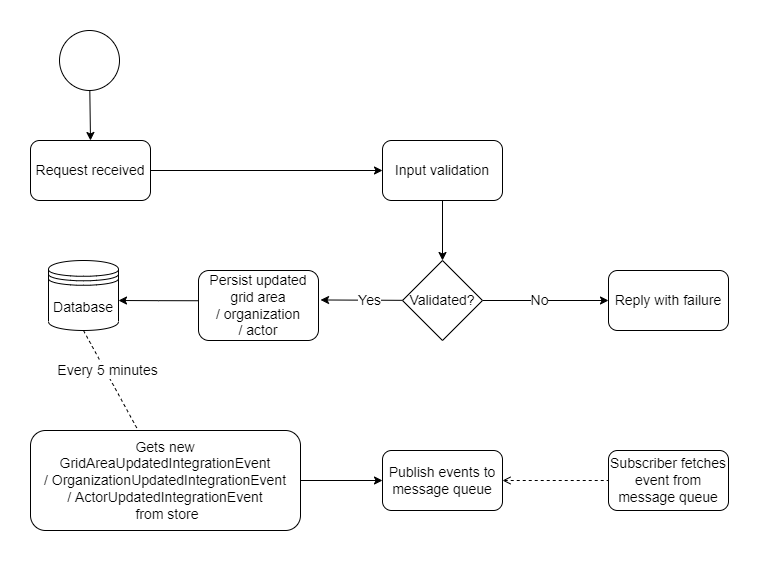
Energinet-DataHub/geh-market-participant keeps this draw.io diagram as docs/images/Actor_register-Integration Events Flow diagram.drawio.png. Above is the earlier version. Source tidied: cells renumbered, new cells last; positions are measured from the earlier drawing's top-left corner, leaving out a move shared by most shapes.
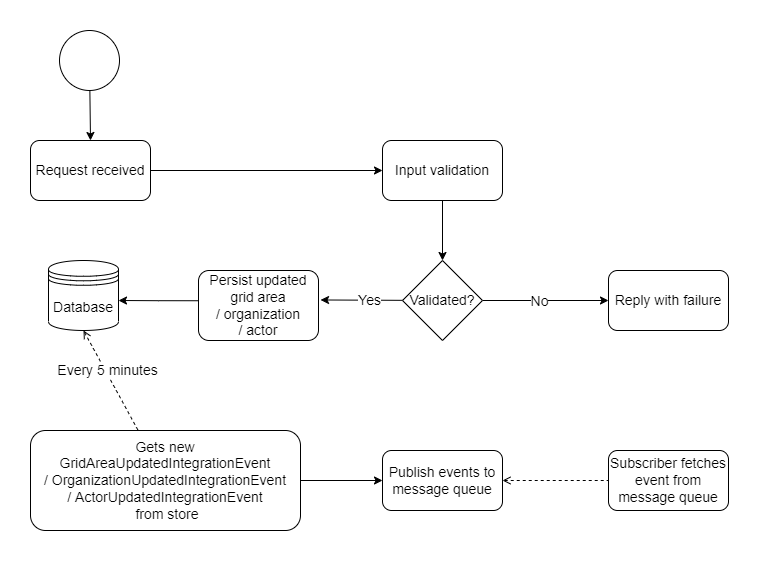
Above is the later version.

Commit message:
Update flow diagram

Diff of the diagram source:
```diff
@@ -37,7 +37,7 @@
     <mxCell id="12" value="Validated?" style="rhombus;whiteSpace=wrap;html=1;labelBackgroundColor=none;fontSize=14;" parent="1" vertex="1">
       <mxGeometry x="372" y="230" width="80" height="80" as="geometry" />
     </mxCell>
-    <mxCell id="13" style="edgeStyle=none;rounded=0;jettySize=auto;html=1;fontSize=14;startArrow=none;startFill=0;endArrow=none;endFill=0;strokeWidth=1;dashed=1;exitX=0.5;exitY=1;exitDx=0;exitDy=0;" parent="1" edge="1" source="22" target="19">
+    <mxCell id="13" style="edgeStyle=none;rounded=0;jettySize=auto;html=1;fontSize=14;startArrow=open;startFill=0;endArrow=none;endFill=0;strokeWidth=1;dashed=1;exitX=0.5;exitY=1;exitDx=0;exitDy=0;" parent="1" edge="1" source="22" target="19">
       <mxGeometry relative="1" as="geometry" />
     </mxCell>
     <mxCell id="14" value="Every 5 minutes" style="edgeLabel;html=1;align=center;verticalAlign=middle;fontSize=14;" parent="13" vertex="1">
```
